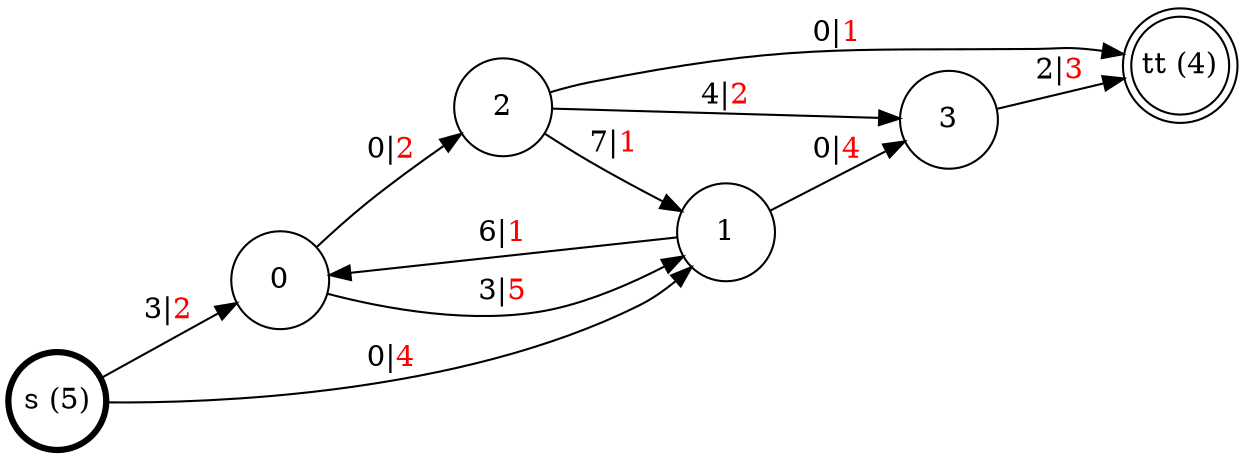
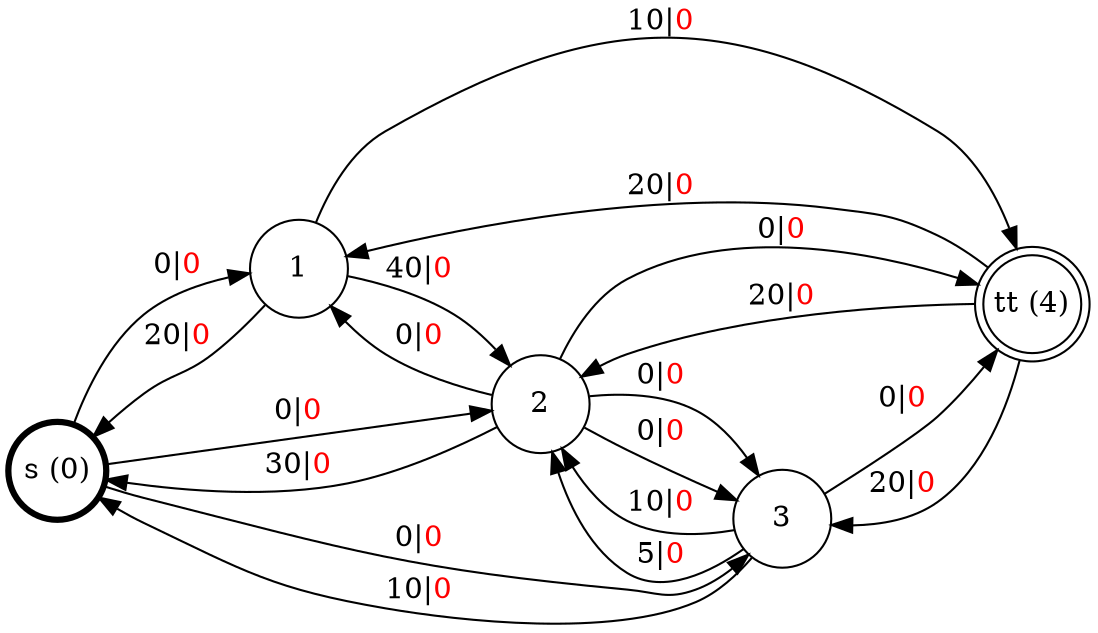
digraph G {
  rankdir=LR;
  node [shape=circle, width=0.65, height=0.65, fixedsize=true];
-   5 [penwidth=3, color="black", label="s (5)"];
+   0 [penwidth=3, color="black", label="s (0)"];
  4 [shape=doublecircle, label="tt (4)"];
-   0 -> 1 [label=<3|<font color='red'>5</font>>, shape=box];
-   0 -> 2 [label=<0|<font color='red'>2</font>>, shape=box];
-   1 -> 0 [label=<6|<font color='red'>1</font>>, shape=box];
-   1 -> 3 [label=<0|<font color='red'>4</font>>, shape=box];
-   2 -> 1 [label=<7|<font color='red'>1</font>>, shape=box];
-   2 -> 3 [label=<4|<font color='red'>2</font>>, shape=box];
-   2 -> 4 [label=<0|<font color='red'>1</font>>, shape=box];
-   3 -> 4 [label=<2|<font color='red'>3</font>>, shape=box];
-   5 -> 0 [label=<3|<font color='red'>2</font>>, shape=box];
-   5 -> 1 [label=<0|<font color='red'>4</font>>, shape=box];
+   0 -> 1 [label=<0|<font color='red'>0</font>>, shape=box];
+   0 -> 2 [label=<0|<font color='red'>0</font>>, shape=box];
+   0 -> 3 [label=<0|<font color='red'>0</font>>, shape=box];
+   1 -> 0 [label=<20|<font color='red'>0</font>>, shape=box];
+   1 -> 2 [label=<40|<font color='red'>0</font>>, shape=box];
+   1 -> 4 [label=<10|<font color='red'>0</font>>, shape=box];
+   2 -> 0 [label=<30|<font color='red'>0</font>>, shape=box];
+   2 -> 1 [label=<0|<font color='red'>0</font>>, shape=box];
+   2 -> 3 [label=<0|<font color='red'>0</font>>, shape=box];
+   2 -> 4 [label=<0|<font color='red'>0</font>>, shape=box];
+   2 -> 3 [label=<0|<font color='red'>0</font>>, shape=box];
+   3 -> 0 [label=<10|<font color='red'>0</font>>, shape=box];
+   3 -> 2 [label=<10|<font color='red'>0</font>>, shape=box];
+   3 -> 2 [label=<5|<font color='red'>0</font>>, shape=box];
+   3 -> 4 [label=<0|<font color='red'>0</font>>, shape=box];
+   4 -> 1 [label=<20|<font color='red'>0</font>>, shape=box];
+   4 -> 2 [label=<20|<font color='red'>0</font>>, shape=box];
+   4 -> 3 [label=<20|<font color='red'>0</font>>, shape=box];
}